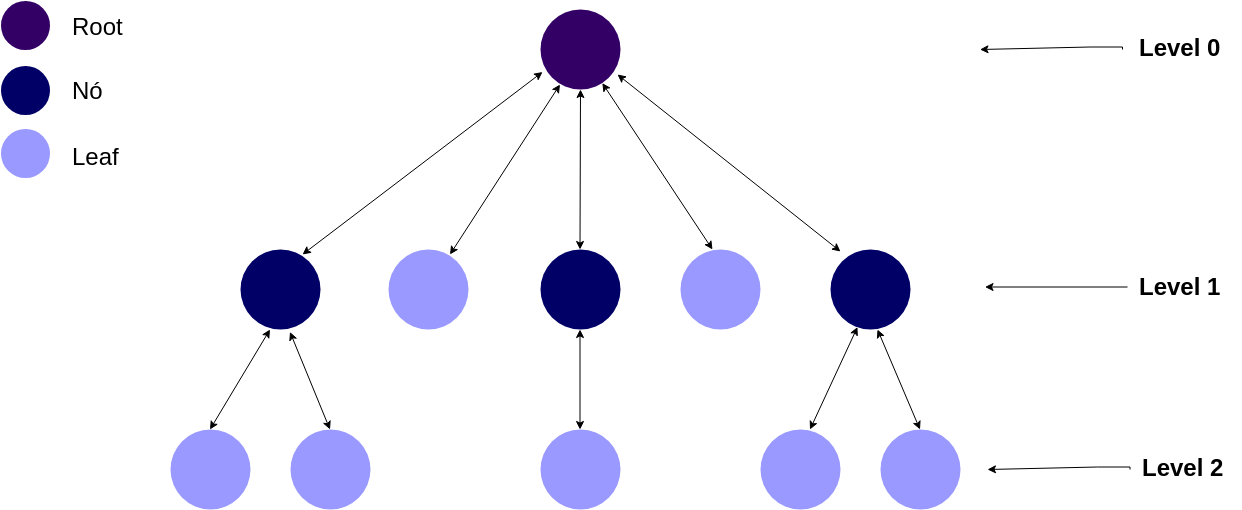
Earlier version of the draw.io export resources/bfs.png (joserafael97/auditor-crawler). Source tidied: cells renumbered, new cells last; positions are measured from the earlier drawing's top-left corner, leaving out a move shared by most shapes.
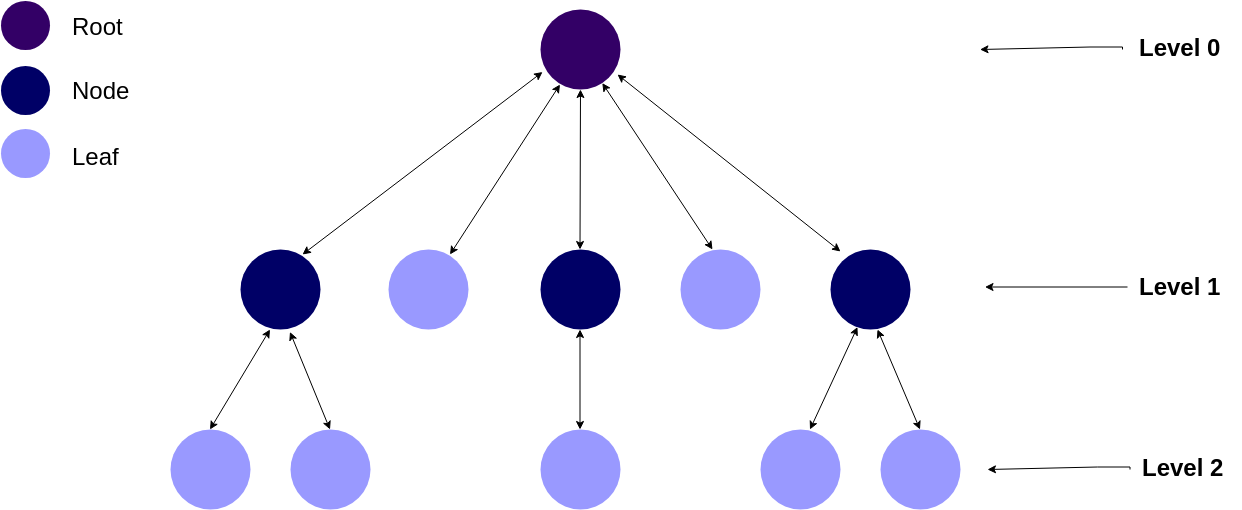
Later version of the same file.

What changed in the source:
```diff
@@ -115,8 +115,8 @@
     <mxCell id="31" style="ellipse;whiteSpace=wrap;html=1;fillColor=#000066;strokeColor=none;" parent="1" vertex="1">
       <mxGeometry y="65" width="49" height="49" as="geometry" />
     </mxCell>
-    <mxCell id="32" value="&lt;font style=&quot;font-size: 24px&quot;&gt;Nó&lt;/font&gt;" style="text;html=1;align=left;verticalAlign=top;spacingTop=-4;" parent="1" vertex="1">
-      <mxGeometry x="70" y="73.5" width="50" height="20" as="geometry" />
+    <mxCell id="32" value="&lt;font style=&quot;font-size: 24px&quot;&gt;Node&lt;/font&gt;" style="text;html=1;align=left;verticalAlign=top;spacingTop=-4;" parent="1" vertex="1">
+      <mxGeometry x="70" y="73.5" width="70" height="20" as="geometry" />
     </mxCell>
     <mxCell id="33" style="ellipse;whiteSpace=wrap;html=1;fillColor=#9999FF;strokeColor=none;" parent="1" vertex="1">
       <mxGeometry y="128.5" width="49" height="49" as="geometry" />
```
